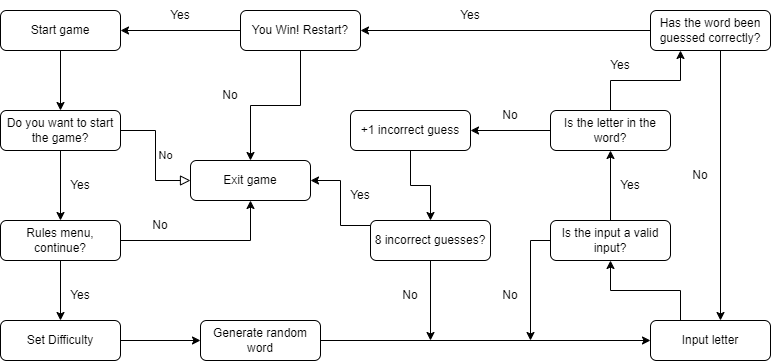
Above: docs/read-me/flowchart.png in AndyL86/Portfolio3 (draw.io), before the change. Source tidied: cells renumbered, new cells last; positions are measured from the earlier drawing's top-left corner, leaving out a move shared by most shapes.
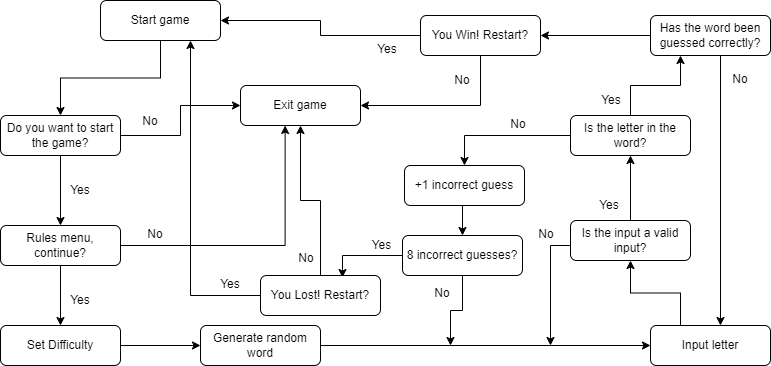
After the change.

Diff of the diagram source:
```diff
@@ -6,12 +6,9 @@
       <mxGeometry relative="1" as="geometry" />
     </mxCell>
     <mxCell id="3" value="Start game" style="rounded=1;whiteSpace=wrap;html=1;fontSize=12;glass=0;strokeWidth=1;shadow=0;" parent="1" vertex="1">
-      <mxGeometry y="10" width="120" height="40" as="geometry" />
+      <mxGeometry x="100" y="-5" width="120" height="40" as="geometry" />
     </mxCell>
-    <mxCell id="4" value="No" style="edgeStyle=orthogonalEdgeStyle;rounded=0;html=1;jettySize=auto;fontSize=11;endArrow=block;endFill=0;endSize=8;strokeWidth=1;shadow=0;labelBackgroundColor=none;exitX=1;exitY=0.5;exitDx=0;exitDy=0;entryX=0;entryY=0.5;entryDx=0;entryDy=0;" parent="1" edge="1" source="10" target="8">
-      <mxGeometry y="10" relative="1" as="geometry" />
-    </mxCell>
-    <mxCell id="5" style="edgeStyle=orthogonalEdgeStyle;rounded=0;jettySize=auto;html=1;" parent="1" edge="1" source="7" target="8">
+    <mxCell id="5" style="edgeStyle=orthogonalEdgeStyle;rounded=0;jettySize=auto;html=1;entryX=0.372;entryY=1;entryDx=0;entryDy=0;entryPerimeter=0;" parent="1" edge="1" source="7" target="8">
       <mxGeometry relative="1" as="geometry" />
     </mxCell>
     <mxCell id="6" style="edgeStyle=orthogonalEdgeStyle;rounded=0;jettySize=auto;html=1;" parent="1" edge="1" source="7" target="13">
@@ -21,11 +18,14 @@
       <mxGeometry y="220" width="120" height="40" as="geometry" />
     </mxCell>
     <mxCell id="8" value="Exit game" style="rounded=1;whiteSpace=wrap;html=1;fontSize=12;glass=0;strokeWidth=1;shadow=0;" parent="1" vertex="1">
-      <mxGeometry x="190" y="160" width="120" height="40" as="geometry" />
+      <mxGeometry x="240" y="80" width="120" height="40" as="geometry" />
     </mxCell>
     <mxCell id="9" style="edgeStyle=orthogonalEdgeStyle;rounded=0;jettySize=auto;html=1;" parent="1" edge="1" source="10" target="7">
       <mxGeometry relative="1" as="geometry" />
     </mxCell>
+    <mxCell id="4" style="edgeStyle=orthogonalEdgeStyle;rounded=0;jettySize=auto;html=1;entryX=0;entryY=0.5;entryDx=0;entryDy=0;" parent="1" edge="1" source="10" target="8">
+      <mxGeometry relative="1" as="geometry" />
+    </mxCell>
     <mxCell id="10" value="Do you want to start the game?" style="rounded=1;whiteSpace=wrap;html=1;fontSize=12;glass=0;strokeWidth=1;shadow=0;" parent="1" vertex="1">
       <mxGeometry y="110" width="120" height="40" as="geometry" />
     </mxCell>
@@ -39,7 +39,7 @@
       <mxGeometry y="320" width="120" height="40" as="geometry" />
     </mxCell>
     <mxCell id="14" value="No" style="text;html=1;strokeColor=none;fillColor=none;align=center;verticalAlign=middle;whiteSpace=wrap;rounded=0;" parent="1" vertex="1">
-      <mxGeometry x="130" y="210" width="60" height="30" as="geometry" />
+      <mxGeometry x="120" y="101" width="60" height="30" as="geometry" />
     </mxCell>
     <mxCell id="15" value="Yes" style="text;html=1;strokeColor=none;fillColor=none;align=center;verticalAlign=middle;whiteSpace=wrap;rounded=0;" parent="1" vertex="1">
       <mxGeometry x="50" y="280" width="60" height="30" as="geometry" />
@@ -61,14 +61,15 @@
     </mxCell>
     <mxCell id="21" style="edgeStyle=orthogonalEdgeStyle;rounded=0;jettySize=auto;html=1;" parent="1" edge="1" source="22">
       <mxGeometry relative="1" as="geometry">
-        <mxPoint x="530" y="340" as="targetPoint" />
+        <mxPoint x="550" y="340" as="targetPoint" />
         <Array as="points">
-          <mxPoint x="530" y="240" />
+          <mxPoint x="550" y="240" />
+          <mxPoint x="550" y="340" />
         </Array>
       </mxGeometry>
     </mxCell>
     <mxCell id="22" value="Is the input a valid input?" style="rounded=1;whiteSpace=wrap;html=1;fontSize=12;glass=0;strokeWidth=1;shadow=0;" parent="1" vertex="1">
-      <mxGeometry x="550" y="220" width="120" height="40" as="geometry" />
+      <mxGeometry x="570" y="215" width="120" height="40" as="geometry" />
     </mxCell>
     <mxCell id="23" style="edgeStyle=orthogonalEdgeStyle;rounded=0;jettySize=auto;html=1;entryX=0.25;entryY=1;entryDx=0;entryDy=0;" parent="1" edge="1" source="25" target="27">
       <mxGeometry relative="1" as="geometry" />
@@ -77,7 +78,7 @@
       <mxGeometry relative="1" as="geometry" />
     </mxCell>
     <mxCell id="25" value="Is the letter in the word?" style="rounded=1;whiteSpace=wrap;html=1;fontSize=12;glass=0;strokeWidth=1;shadow=0;" parent="1" vertex="1">
-      <mxGeometry x="550" y="110" width="120" height="40" as="geometry" />
+      <mxGeometry x="570" y="110" width="120" height="40" as="geometry" />
     </mxCell>
     <mxCell id="26" style="edgeStyle=orthogonalEdgeStyle;rounded=0;jettySize=auto;html=1;" parent="1" edge="1" source="27" target="30">
       <mxGeometry relative="1" as="geometry" />
@@ -85,57 +86,54 @@
     <mxCell id="27" value="Has the word been guessed correctly?" style="rounded=1;whiteSpace=wrap;html=1;fontSize=12;glass=0;strokeWidth=1;shadow=0;" parent="1" vertex="1">
       <mxGeometry x="650" y="10" width="120" height="40" as="geometry" />
     </mxCell>
+    <mxCell id="29" style="edgeStyle=orthogonalEdgeStyle;rounded=0;jettySize=auto;html=1;" parent="1" edge="1" source="30" target="3">
+      <mxGeometry relative="1" as="geometry" />
+    </mxCell>
-    <mxCell id="28" style="edgeStyle=orthogonalEdgeStyle;rounded=0;jettySize=auto;html=1;entryX=0.5;entryY=0;entryDx=0;entryDy=0;" parent="1" edge="1" source="30" target="8">
-      <mxGeometry relative="1" as="geometry" />
+    <mxCell id="28" style="edgeStyle=orthogonalEdgeStyle;rounded=0;jettySize=auto;html=1;entryX=1;entryY=0.5;entryDx=0;entryDy=0;exitX=0.5;exitY=1;exitDx=0;exitDy=0;" parent="1" edge="1" source="30" target="8">
+      <mxGeometry relative="1" as="geometry">
+        <Array as="points">
+          <mxPoint x="480" y="100" />
+        </Array>
+      </mxGeometry>
     </mxCell>
-    <mxCell id="29" style="edgeStyle=orthogonalEdgeStyle;rounded=0;jettySize=auto;html=1;" parent="1" edge="1" source="30" target="3">
-      <mxGeometry relative="1" as="geometry" />
-    </mxCell>
     <mxCell id="30" value="You Win! Restart?" style="rounded=1;whiteSpace=wrap;html=1;fontSize=12;glass=0;strokeWidth=1;shadow=0;" parent="1" vertex="1">
-      <mxGeometry x="240" y="10" width="120" height="40" as="geometry" />
+      <mxGeometry x="420" y="10" width="120" height="40" as="geometry" />
     </mxCell>
-    <mxCell id="31" style="edgeStyle=orthogonalEdgeStyle;rounded=0;jettySize=auto;html=1;" parent="1" edge="1" source="32" target="35">
+    <mxCell id="31" style="edgeStyle=orthogonalEdgeStyle;rounded=0;jettySize=auto;html=1;entryX=0.5;entryY=0;entryDx=0;entryDy=0;exitX=0.5;exitY=1;exitDx=0;exitDy=0;" parent="1" edge="1" source="32" target="35">
       <mxGeometry relative="1" as="geometry" />
     </mxCell>
     <mxCell id="32" value="+1 incorrect guess" style="rounded=1;whiteSpace=wrap;html=1;fontSize=12;glass=0;strokeWidth=1;shadow=0;" parent="1" vertex="1">
-      <mxGeometry x="350" y="110" width="120" height="40" as="geometry" />
+      <mxGeometry x="404" y="160" width="120" height="40" as="geometry" />
     </mxCell>
-    <mxCell id="33" style="edgeStyle=orthogonalEdgeStyle;rounded=0;jettySize=auto;html=1;" parent="1" edge="1" source="35" target="8">
-      <mxGeometry relative="1" as="geometry">
-        <Array as="points">
-          <mxPoint x="340" y="225" />
-          <mxPoint x="340" y="180" />
-        </Array>
-      </mxGeometry>
-    </mxCell>
     <mxCell id="34" style="edgeStyle=orthogonalEdgeStyle;rounded=0;jettySize=auto;html=1;" parent="1" edge="1" source="35">
       <mxGeometry relative="1" as="geometry">
-        <mxPoint x="430" y="340" as="targetPoint" />
+        <mxPoint x="450" y="340" as="targetPoint" />
       </mxGeometry>
     </mxCell>
+    <mxCell id="47" style="edgeStyle=orthogonalEdgeStyle;rounded=0;jettySize=auto;html=1;entryX=0.683;entryY=0.05;entryDx=0;entryDy=0;exitX=0;exitY=0.5;exitDx=0;exitDy=0;entryPerimeter=0;" parent="1" edge="1" source="35" target="50">
+      <mxGeometry relative="1" as="geometry">
+        <Array as="points">
+          <mxPoint x="342" y="250" />
+        </Array>
+      </mxGeometry>
+    </mxCell>
     <mxCell id="35" value="8 incorrect guesses?" style="rounded=1;whiteSpace=wrap;html=1;fontSize=12;glass=0;strokeWidth=1;shadow=0;" parent="1" vertex="1">
-      <mxGeometry x="370" y="220" width="120" height="40" as="geometry" />
+      <mxGeometry x="402" y="230" width="120" height="40" as="geometry" />
     </mxCell>
     <mxCell id="36" value="No" style="text;html=1;strokeColor=none;fillColor=none;align=center;verticalAlign=middle;whiteSpace=wrap;rounded=0;" parent="1" vertex="1">
-      <mxGeometry x="380" y="280" width="60" height="30" as="geometry" />
+      <mxGeometry x="412" y="273" width="60" height="30" as="geometry" />
     </mxCell>
     <mxCell id="37" value="No" style="text;html=1;strokeColor=none;fillColor=none;align=center;verticalAlign=middle;whiteSpace=wrap;rounded=0;" parent="1" vertex="1">
-      <mxGeometry x="480" y="280" width="60" height="30" as="geometry" />
+      <mxGeometry x="516" y="214" width="60" height="30" as="geometry" />
     </mxCell>
-    <mxCell id="38" value="Yes" style="text;html=1;strokeColor=none;fillColor=none;align=center;verticalAlign=middle;whiteSpace=wrap;rounded=0;" parent="1" vertex="1">
-      <mxGeometry x="330" y="180" width="60" height="30" as="geometry" />
-    </mxCell>
     <mxCell id="39" value="Yes" style="text;html=1;strokeColor=none;fillColor=none;align=center;verticalAlign=middle;whiteSpace=wrap;rounded=0;" parent="1" vertex="1">
-      <mxGeometry x="590" y="50" width="60" height="30" as="geometry" />
+      <mxGeometry x="581" y="80" width="60" height="30" as="geometry" />
     </mxCell>
-    <mxCell id="40" value="Yes" style="text;html=1;strokeColor=none;fillColor=none;align=center;verticalAlign=middle;whiteSpace=wrap;rounded=0;" parent="1" vertex="1">
-      <mxGeometry x="440" width="60" height="30" as="geometry" />
-    </mxCell>
     <mxCell id="41" value="No" style="text;html=1;strokeColor=none;fillColor=none;align=center;verticalAlign=middle;whiteSpace=wrap;rounded=0;" parent="1" vertex="1">
-      <mxGeometry x="480" y="100" width="60" height="30" as="geometry" />
+      <mxGeometry x="488" y="104" width="60" height="30" as="geometry" />
     </mxCell>
     <mxCell id="42" value="Yes" style="text;html=1;strokeColor=none;fillColor=none;align=center;verticalAlign=middle;whiteSpace=wrap;rounded=0;" parent="1" vertex="1">
-      <mxGeometry x="600" y="170" width="60" height="30" as="geometry" />
+      <mxGeometry x="579" y="185" width="60" height="30" as="geometry" />
     </mxCell>
     <mxCell id="43" style="edgeStyle=orthogonalEdgeStyle;rounded=0;jettySize=auto;html=1;exitX=0.75;exitY=1;exitDx=0;exitDy=0;" parent="1" edge="1" source="27">
       <mxGeometry relative="1" as="geometry">
@@ -147,13 +145,34 @@
       </mxGeometry>
     </mxCell>
     <mxCell id="44" value="No" style="text;html=1;strokeColor=none;fillColor=none;align=center;verticalAlign=middle;whiteSpace=wrap;rounded=0;" parent="1" vertex="1">
-      <mxGeometry x="670" y="160" width="60" height="30" as="geometry" />
+      <mxGeometry x="710" y="59" width="60" height="30" as="geometry" />
     </mxCell>
-    <mxCell id="45" value="No" style="text;html=1;strokeColor=none;fillColor=none;align=center;verticalAlign=middle;whiteSpace=wrap;rounded=0;" parent="1" vertex="1">
-      <mxGeometry x="200" y="80" width="60" height="30" as="geometry" />
-    </mxCell>
-    <mxCell id="46" value="Yes" style="text;html=1;strokeColor=none;fillColor=none;align=center;verticalAlign=middle;whiteSpace=wrap;rounded=0;" parent="1" vertex="1">
-      <mxGeometry x="150" width="60" height="30" as="geometry" />
-    </mxCell>
+    <mxCell id="48" style="edgeStyle=orthogonalEdgeStyle;rounded=0;jettySize=auto;html=1;" parent="1" edge="1" source="50" target="8">
+      <mxGeometry relative="1" as="geometry" />
+    </mxCell>
+    <mxCell id="49" style="edgeStyle=orthogonalEdgeStyle;rounded=0;jettySize=auto;html=1;entryX=0.75;entryY=1;entryDx=0;entryDy=0;" parent="1" edge="1" source="50" target="3">
+      <mxGeometry relative="1" as="geometry" />
+    </mxCell>
+    <mxCell id="50" value="You Lost! Restart?" style="rounded=1;whiteSpace=wrap;html=1;fontSize=12;glass=0;strokeWidth=1;shadow=0;" parent="1" vertex="1">
+      <mxGeometry x="260" y="270" width="120" height="40" as="geometry" />
+    </mxCell>
+    <mxCell id="51" value="Yes" style="text;html=1;strokeColor=none;fillColor=none;align=center;verticalAlign=middle;whiteSpace=wrap;rounded=0;" parent="1" vertex="1">
+      <mxGeometry x="360" y="225" width="43" height="30" as="geometry" />
+    </mxCell>
+    <mxCell id="52" value="Yes" style="text;html=1;strokeColor=none;fillColor=none;align=center;verticalAlign=middle;whiteSpace=wrap;rounded=0;" parent="1" vertex="1">
+      <mxGeometry x="357" y="29" width="60" height="30" as="geometry" />
+    </mxCell>
+    <mxCell id="53" value="Yes" style="text;html=1;strokeColor=none;fillColor=none;align=center;verticalAlign=middle;whiteSpace=wrap;rounded=0;" parent="1" vertex="1">
+      <mxGeometry x="200" y="264" width="60" height="30" as="geometry" />
+    </mxCell>
+    <mxCell id="54" value="No" style="text;html=1;strokeColor=none;fillColor=none;align=center;verticalAlign=middle;whiteSpace=wrap;rounded=0;" parent="1" vertex="1">
+      <mxGeometry x="276" y="238" width="60" height="30" as="geometry" />
+    </mxCell>
+    <mxCell id="55" value="No" style="text;html=1;strokeColor=none;fillColor=none;align=center;verticalAlign=middle;whiteSpace=wrap;rounded=0;" parent="1" vertex="1">
+      <mxGeometry x="432" y="60" width="60" height="30" as="geometry" />
+    </mxCell>
+    <mxCell id="56" value="No" style="text;html=1;strokeColor=none;fillColor=none;align=center;verticalAlign=middle;whiteSpace=wrap;rounded=0;" parent="1" vertex="1">
+      <mxGeometry x="125" y="214" width="60" height="30" as="geometry" />
+    </mxCell>
   </root>
 </mxGraphModel>
```
